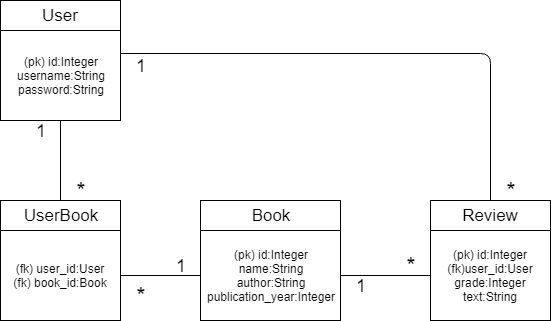
Earlier version of the draw.io export documentation/database_chart.png (guotin/tietokantasovellus). Source tidied: cells renumbered, new cells last; positions are measured from the earlier drawing's top-left corner, leaving out a move shared by most shapes.
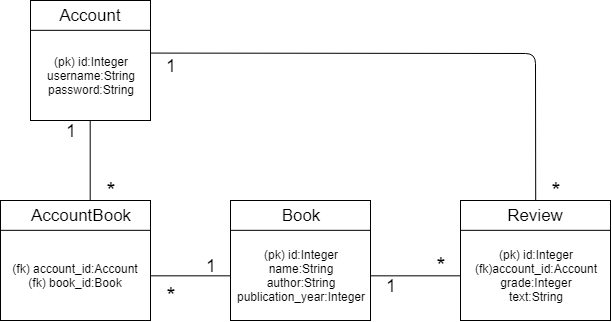
After the change.

Commit message:
fix database chart

What changed in the source:
```diff
@@ -5,7 +5,7 @@
     <mxCell id="2" style="rounded=0;whiteSpace=wrap;html=1;" parent="1" vertex="1">
       <mxGeometry width="120" height="120" as="geometry" />
     </mxCell>
-    <mxCell id="3" value="&lt;font style=&quot;font-size: 17px&quot;&gt;User&lt;/font&gt;" style="text;html=1;strokeColor=none;fillColor=none;align=center;verticalAlign=middle;whiteSpace=wrap;rounded=0;" parent="1" vertex="1">
+    <mxCell id="3" value="&lt;font style=&quot;font-size: 17px&quot;&gt;Account&lt;/font&gt;" style="text;html=1;strokeColor=none;fillColor=none;align=center;verticalAlign=middle;whiteSpace=wrap;rounded=0;" parent="1" vertex="1">
       <mxGeometry width="120" height="30" as="geometry" />
     </mxCell>
     <mxCell id="4" style="endArrow=none;html=1;entryX=1;entryY=0.25;entryDx=0;entryDy=0;exitX=0;exitY=0.25;exitDx=0;exitDy=0;" parent="1" edge="1" source="2" target="2">
@@ -27,30 +27,30 @@
       <mxGeometry x="200" y="230" width="140" height="90" as="geometry" />
     </mxCell>
     <mxCell id="10" style="rounded=0;whiteSpace=wrap;html=1;" parent="1" vertex="1">
-      <mxGeometry y="200" width="120" height="120" as="geometry" />
+      <mxGeometry x="-30" y="200" width="150" height="120" as="geometry" />
     </mxCell>
-    <mxCell id="11" value="&lt;font style=&quot;font-size: 17px&quot;&gt;UserBook&lt;/font&gt;" style="text;html=1;strokeColor=none;fillColor=none;align=center;verticalAlign=middle;whiteSpace=wrap;rounded=0;" parent="1" vertex="1">
-      <mxGeometry y="200" width="120" height="30" as="geometry" />
+    <mxCell id="11" value="&lt;font style=&quot;font-size: 17px&quot;&gt;AccountBook&lt;/font&gt;" style="text;html=1;strokeColor=none;fillColor=none;align=center;verticalAlign=middle;whiteSpace=wrap;rounded=0;" parent="1" vertex="1">
+      <mxGeometry x="-20" y="200" width="140" height="30" as="geometry" />
     </mxCell>
     <mxCell id="12" style="endArrow=none;html=1;entryX=1;entryY=0.25;entryDx=0;entryDy=0;exitX=0;exitY=0.25;exitDx=0;exitDy=0;" parent="1" edge="1" source="10" target="10">
       <mxGeometry relative="1" as="geometry" />
     </mxCell>
-    <mxCell id="13" value="(fk) user_id:User&lt;br&gt;(fk) book_id:Book&lt;br&gt;" style="text;html=1;strokeColor=none;fillColor=none;align=center;verticalAlign=middle;whiteSpace=wrap;rounded=0;" parent="1" vertex="1">
-      <mxGeometry y="230" width="120" height="90" as="geometry" />
+    <mxCell id="13" value="(fk) account_id:Account&lt;br&gt;(fk) book_id:Book&lt;br&gt;" style="text;html=1;strokeColor=none;fillColor=none;align=center;verticalAlign=middle;whiteSpace=wrap;rounded=0;" parent="1" vertex="1">
+      <mxGeometry x="-30" y="230" width="150" height="90" as="geometry" />
     </mxCell>
     <mxCell id="14" style="rounded=0;whiteSpace=wrap;html=1;" parent="1" vertex="1">
-      <mxGeometry x="430" y="200" width="120" height="120" as="geometry" />
+      <mxGeometry x="430" y="200" width="150" height="120" as="geometry" />
     </mxCell>
     <mxCell id="15" value="&lt;span style=&quot;font-size: 17px&quot;&gt;Review&lt;/span&gt;" style="text;html=1;strokeColor=none;fillColor=none;align=center;verticalAlign=middle;whiteSpace=wrap;rounded=0;" parent="1" vertex="1">
-      <mxGeometry x="430" y="200" width="120" height="30" as="geometry" />
+      <mxGeometry x="430" y="200" width="150" height="30" as="geometry" />
     </mxCell>
     <mxCell id="16" style="endArrow=none;html=1;entryX=1;entryY=0.25;entryDx=0;entryDy=0;exitX=0;exitY=0.25;exitDx=0;exitDy=0;" parent="1" edge="1" source="14" target="14">
       <mxGeometry relative="1" as="geometry" />
     </mxCell>
-    <mxCell id="17" value="(pk) id:Integer&lt;br&gt;(fk)user_id:User&lt;br&gt;grade:Integer&lt;br&gt;text:String&lt;br&gt;" style="text;html=1;strokeColor=none;fillColor=none;align=center;verticalAlign=middle;whiteSpace=wrap;rounded=0;" parent="1" vertex="1">
-      <mxGeometry x="430" y="230" width="120" height="90" as="geometry" />
+    <mxCell id="17" value="(pk) id:Integer&lt;br&gt;(fk)account_id:Account&lt;br&gt;grade:Integer&lt;br&gt;text:String&lt;br&gt;" style="text;html=1;strokeColor=none;fillColor=none;align=center;verticalAlign=middle;whiteSpace=wrap;rounded=0;" parent="1" vertex="1">
+      <mxGeometry x="430" y="230" width="150" height="90" as="geometry" />
     </mxCell>
-    <mxCell id="18" style="endArrow=none;html=1;entryX=0.5;entryY=1;entryDx=0;entryDy=0;exitX=0.5;exitY=0;exitDx=0;exitDy=0;" parent="1" edge="1" source="11" target="5">
+    <mxCell id="18" style="endArrow=none;html=1;entryX=0.5;entryY=1;entryDx=0;entryDy=0;exitX=0.568;exitY=0.013;exitDx=0;exitDy=0;exitPerimeter=0;" parent="1" edge="1" source="11" target="5">
       <mxGeometry relative="1" as="geometry" />
     </mxCell>
     <mxCell id="19" style="endArrow=none;html=1;entryX=1;entryY=0.5;entryDx=0;entryDy=0;exitX=0;exitY=0.5;exitDx=0;exitDy=0;" parent="1" edge="1" source="9" target="13">
@@ -80,12 +80,12 @@
     <mxCell id="27" style="endArrow=none;html=1;entryX=1;entryY=0.25;entryDx=0;entryDy=0;exitX=0.5;exitY=0;exitDx=0;exitDy=0;" parent="1" edge="1" source="15" target="5">
       <mxGeometry relative="1" as="geometry">
         <Array as="points">
-          <mxPoint x="490" y="53" />
+          <mxPoint x="505" y="53" />
         </Array>
       </mxGeometry>
     </mxCell>
     <mxCell id="28" value="&lt;font style=&quot;font-size: 23px&quot;&gt;*&lt;/font&gt;" style="text;html=1;strokeColor=none;fillColor=none;align=center;verticalAlign=middle;whiteSpace=wrap;rounded=0;" parent="1" vertex="1">
-      <mxGeometry x="490" y="180" width="40" height="20" as="geometry" />
+      <mxGeometry x="505" y="180" width="40" height="20" as="geometry" />
     </mxCell>
     <mxCell id="29" value="&lt;font style=&quot;font-size: 18px&quot;&gt;1&lt;/font&gt;" style="text;html=1;strokeColor=none;fillColor=none;align=center;verticalAlign=middle;whiteSpace=wrap;rounded=0;" parent="1" vertex="1">
       <mxGeometry x="120" y="55" width="40" height="20" as="geometry" />
```
